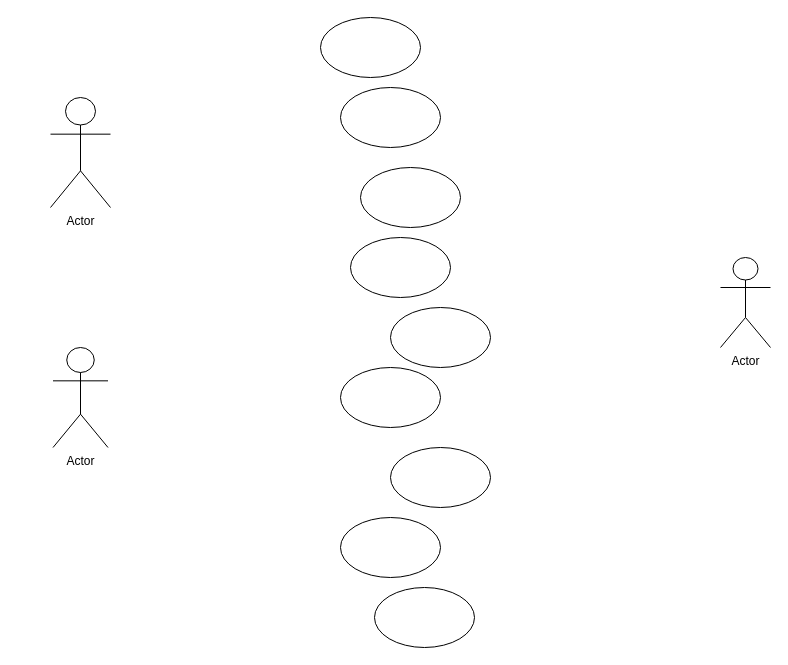
brenndabhhe/diagramasderequisitos- keeps this draw.io diagram as page "Página-5" (4 of 4) of diagramanovo.drawio. Above is the earlier version. Source tidied: cells renumbered, new cells numbered last; positions are measured from the earlier drawing's top-left corner, leaving out a move shared by most shapes. Both pictures are drawn from the tidied source at 100%, with x=0, y=0 at pixel (50, 17).
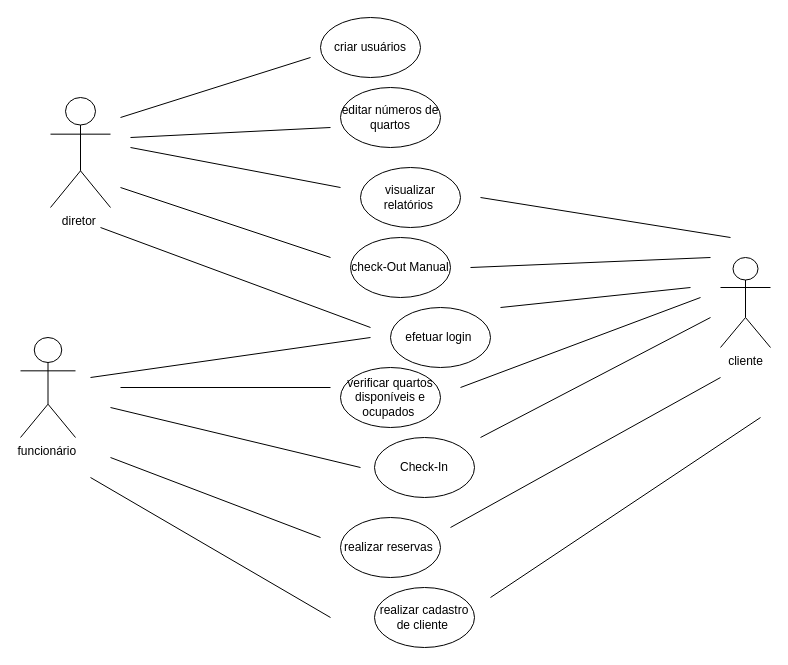
The same page after the edit.

The edit, as a diff of the source:
```diff
@@
-    <mxCell id="2" value="Actor" style="shape=umlActor;verticalLabelPosition=bottom;verticalAlign=top;html=1;" parent="1" vertex="1">
+    <mxCell id="2" value="diretor&amp;nbsp;&lt;div&gt;&lt;br&gt;&lt;/div&gt;" style="shape=umlActor;verticalLabelPosition=bottom;verticalAlign=top;html=1;" parent="1" vertex="1">
       <mxGeometry y="80" width="60" height="110" as="geometry" />
     </mxCell>
-    <mxCell id="3" value="Actor" style="shape=umlActor;verticalLabelPosition=bottom;verticalAlign=top;html=1;" parent="1" vertex="1">
-      <mxGeometry x="2.5" y="330" width="55" height="100" as="geometry" />
+    <mxCell id="3" value="funcionário&amp;nbsp;" style="shape=umlActor;verticalLabelPosition=bottom;verticalAlign=top;html=1;" parent="1" vertex="1">
+      <mxGeometry x="-30" y="320" width="55" height="100" as="geometry" />
     </mxCell>
-    <mxCell id="4" value="Actor" style="shape=umlActor;verticalLabelPosition=bottom;verticalAlign=top;html=1;" parent="1" vertex="1">
+    <mxCell id="4" value="cliente&lt;div&gt;&lt;br&gt;&lt;/div&gt;" style="shape=umlActor;verticalLabelPosition=bottom;verticalAlign=top;html=1;" parent="1" vertex="1">
       <mxGeometry x="670" y="240" width="50" height="90" as="geometry" />
     </mxCell>
-    <mxCell id="5" style="ellipse;whiteSpace=wrap;html=1;" parent="1" vertex="1">
+    <mxCell id="5" value="criar usuários" style="ellipse;whiteSpace=wrap;html=1;" parent="1" vertex="1">
       <mxGeometry x="270" width="100" height="60" as="geometry" />
     </mxCell>
-    <mxCell id="6" style="ellipse;whiteSpace=wrap;html=1;" parent="1" vertex="1">
+    <mxCell id="6" value="editar números de quartos" style="ellipse;whiteSpace=wrap;html=1;" parent="1" vertex="1">
       <mxGeometry x="290" y="70" width="100" height="60" as="geometry" />
     </mxCell>
-    <mxCell id="7" style="ellipse;whiteSpace=wrap;html=1;" parent="1" vertex="1">
+    <mxCell id="7" value="visualizar relatórios&amp;nbsp;" style="ellipse;whiteSpace=wrap;html=1;" parent="1" vertex="1">
       <mxGeometry x="310" y="150" width="100" height="60" as="geometry" />
     </mxCell>
-    <mxCell id="8" style="ellipse;whiteSpace=wrap;html=1;" parent="1" vertex="1">
+    <mxCell id="8" value="check-Out Manual" style="ellipse;whiteSpace=wrap;html=1;" parent="1" vertex="1">
       <mxGeometry x="300" y="220" width="100" height="60" as="geometry" />
     </mxCell>
-    <mxCell id="9" style="ellipse;whiteSpace=wrap;html=1;" parent="1" vertex="1">
-      <mxGeometry x="340" y="430" width="100" height="60" as="geometry" />
+    <mxCell id="9" value="Check-In" style="ellipse;whiteSpace=wrap;html=1;" parent="1" vertex="1">
+      <mxGeometry x="324" y="420" width="100" height="60" as="geometry" />
     </mxCell>
-    <mxCell id="10" style="ellipse;whiteSpace=wrap;html=1;" parent="1" vertex="1">
+    <mxCell id="10" value="verificar quartos disponíveis e ocupados&amp;nbsp;" style="ellipse;whiteSpace=wrap;html=1;" parent="1" vertex="1">
       <mxGeometry x="290" y="350" width="100" height="60" as="geometry" />
     </mxCell>
-    <mxCell id="11" style="ellipse;whiteSpace=wrap;html=1;" parent="1" vertex="1">
+    <mxCell id="11" value="efetuar login&amp;nbsp;" style="ellipse;whiteSpace=wrap;html=1;" parent="1" vertex="1">
       <mxGeometry x="340" y="290" width="100" height="60" as="geometry" />
     </mxCell>
-    <mxCell id="12" style="ellipse;whiteSpace=wrap;html=1;" parent="1" vertex="1">
+    <mxCell id="12" value="realizar cadastro de cliente&amp;nbsp;" style="ellipse;whiteSpace=wrap;html=1;" parent="1" vertex="1">
       <mxGeometry x="324" y="570" width="100" height="60" as="geometry" />
     </mxCell>
-    <mxCell id="13" style="ellipse;whiteSpace=wrap;html=1;" parent="1" vertex="1">
+    <mxCell id="13" value="realizar reservas&amp;nbsp;" style="ellipse;whiteSpace=wrap;html=1;" parent="1" vertex="1">
       <mxGeometry x="290" y="500" width="100" height="60" as="geometry" />
     </mxCell>
+    <mxCell id="14" style="endArrow=none;html=1;rounded=0;" parent="1" edge="1">
+      <mxGeometry relative="1" as="geometry">
+        <mxPoint x="440" y="580" as="sourcePoint" />
+        <mxPoint x="710" y="400" as="targetPoint" />
+      </mxGeometry>
+    </mxCell>
+    <mxCell id="15" style="endArrow=none;html=1;rounded=0;" parent="1" edge="1">
+      <mxGeometry relative="1" as="geometry">
+        <mxPoint x="400" y="510" as="sourcePoint" />
+        <mxPoint x="670" y="360" as="targetPoint" />
+      </mxGeometry>
+    </mxCell>
+    <mxCell id="16" style="endArrow=none;html=1;rounded=0;" parent="1" edge="1">
+      <mxGeometry relative="1" as="geometry">
+        <mxPoint x="430" y="420" as="sourcePoint" />
+        <mxPoint x="660" y="300" as="targetPoint" />
+      </mxGeometry>
+    </mxCell>
+    <mxCell id="17" style="endArrow=none;html=1;rounded=0;" parent="1" edge="1">
+      <mxGeometry relative="1" as="geometry">
+        <mxPoint x="410" y="370" as="sourcePoint" />
+        <mxPoint x="650" y="280" as="targetPoint" />
+      </mxGeometry>
+    </mxCell>
+    <mxCell id="18" style="endArrow=none;html=1;rounded=0;" parent="1" edge="1">
+      <mxGeometry relative="1" as="geometry">
+        <mxPoint x="450" y="290" as="sourcePoint" />
+        <mxPoint x="640" y="270" as="targetPoint" />
+      </mxGeometry>
+    </mxCell>
+    <mxCell id="19" style="endArrow=none;html=1;rounded=0;" parent="1" edge="1">
+      <mxGeometry relative="1" as="geometry">
+        <mxPoint x="420" y="250" as="sourcePoint" />
+        <mxPoint x="660" y="240" as="targetPoint" />
+      </mxGeometry>
+    </mxCell>
+    <mxCell id="20" style="endArrow=none;html=1;rounded=0;" parent="1" edge="1">
+      <mxGeometry relative="1" as="geometry">
+        <mxPoint x="430" y="180" as="sourcePoint" />
+        <mxPoint x="680" y="220" as="targetPoint" />
+      </mxGeometry>
+    </mxCell>
+    <mxCell id="21" style="endArrow=none;html=1;rounded=0;" parent="1" edge="1">
+      <mxGeometry relative="1" as="geometry">
+        <mxPoint x="50" y="210" as="sourcePoint" />
+        <mxPoint x="320" y="310" as="targetPoint" />
+      </mxGeometry>
+    </mxCell>
+    <mxCell id="22" style="endArrow=none;html=1;rounded=0;" parent="1" edge="1">
+      <mxGeometry relative="1" as="geometry">
+        <mxPoint x="40" y="360" as="sourcePoint" />
+        <mxPoint x="320" y="320" as="targetPoint" />
+      </mxGeometry>
+    </mxCell>
+    <mxCell id="23" style="endArrow=none;html=1;rounded=0;" parent="1" edge="1">
+      <mxGeometry relative="1" as="geometry">
+        <mxPoint x="70" y="370" as="sourcePoint" />
+        <mxPoint x="280" y="370" as="targetPoint" />
+      </mxGeometry>
+    </mxCell>
+    <mxCell id="24" style="endArrow=none;html=1;rounded=0;" parent="1" edge="1">
+      <mxGeometry relative="1" as="geometry">
+        <mxPoint x="60" y="390" as="sourcePoint" />
+        <mxPoint x="310" y="450" as="targetPoint" />
+      </mxGeometry>
+    </mxCell>
+    <mxCell id="25" style="endArrow=none;html=1;rounded=0;" parent="1" edge="1">
+      <mxGeometry relative="1" as="geometry">
+        <mxPoint x="60" y="440" as="sourcePoint" />
+        <mxPoint x="270" y="520" as="targetPoint" />
+      </mxGeometry>
+    </mxCell>
+    <mxCell id="26" style="endArrow=none;html=1;rounded=0;" parent="1" edge="1">
+      <mxGeometry relative="1" as="geometry">
+        <mxPoint x="280" y="600" as="sourcePoint" />
+        <mxPoint x="40" y="460" as="targetPoint" />
+      </mxGeometry>
+    </mxCell>
+    <mxCell id="27" style="endArrow=none;html=1;rounded=0;" parent="1" edge="1">
+      <mxGeometry relative="1" as="geometry">
+        <mxPoint x="70" y="170" as="sourcePoint" />
+        <mxPoint x="280" y="240" as="targetPoint" />
+      </mxGeometry>
+    </mxCell>
+    <mxCell id="28" style="endArrow=none;html=1;rounded=0;" parent="1" edge="1">
+      <mxGeometry relative="1" as="geometry">
+        <mxPoint x="80" y="130" as="sourcePoint" />
+        <mxPoint x="290" y="170" as="targetPoint" />
+      </mxGeometry>
+    </mxCell>
+    <mxCell id="29" style="endArrow=none;html=1;rounded=0;" parent="1" edge="1">
+      <mxGeometry relative="1" as="geometry">
+        <mxPoint x="80" y="120" as="sourcePoint" />
+        <mxPoint x="280" y="110" as="targetPoint" />
+      </mxGeometry>
+    </mxCell>
+    <mxCell id="30" style="endArrow=none;html=1;rounded=0;" parent="1" edge="1">
+      <mxGeometry relative="1" as="geometry">
+        <mxPoint x="70" y="100" as="sourcePoint" />
+        <mxPoint x="260" y="40" as="targetPoint" />
+      </mxGeometry>
+    </mxCell>
```
